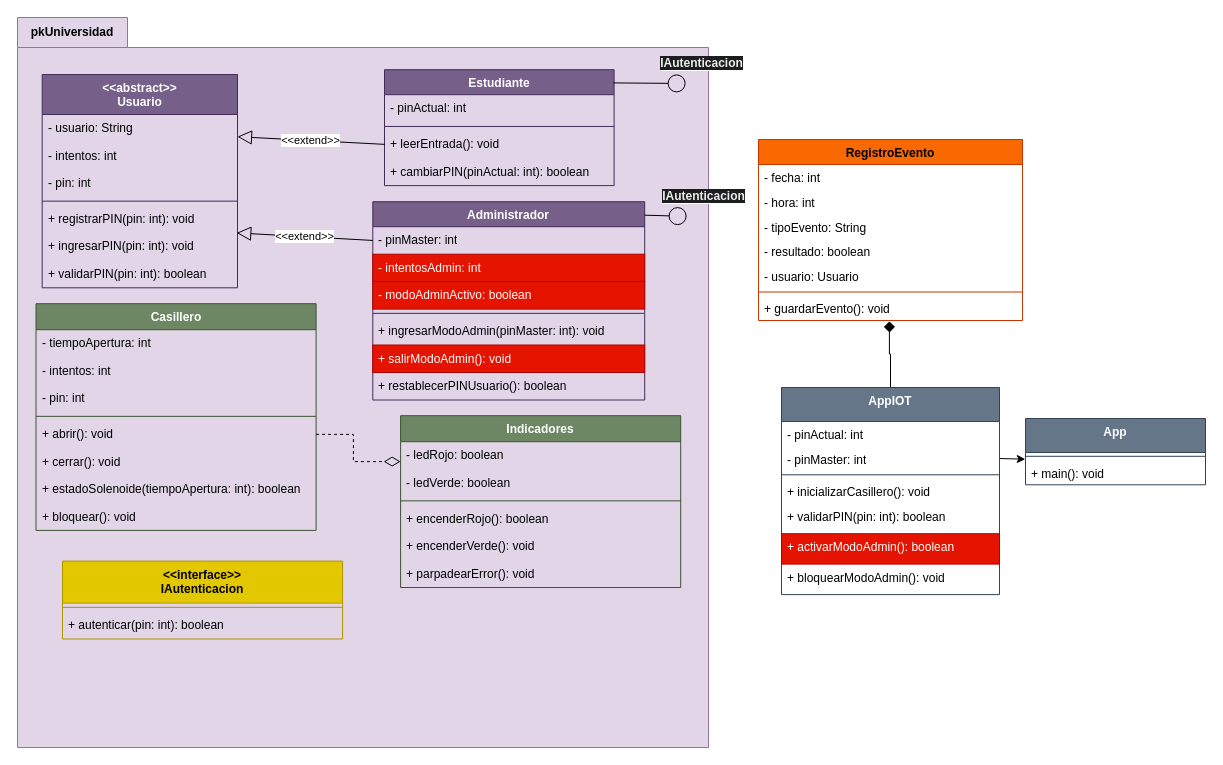
This is Design/01ClassDiagram.drawio from Anthonio16/casilleroInteligente, a draw.io file, before an edit. Source tidied: cells renumbered, new cells numbered last; positions are measured from the earlier drawing's top-left corner, leaving out a move shared by most shapes. Both pictures are drawn from the tidied source at 100%, with x=0, y=0 at pixel (17, 17).
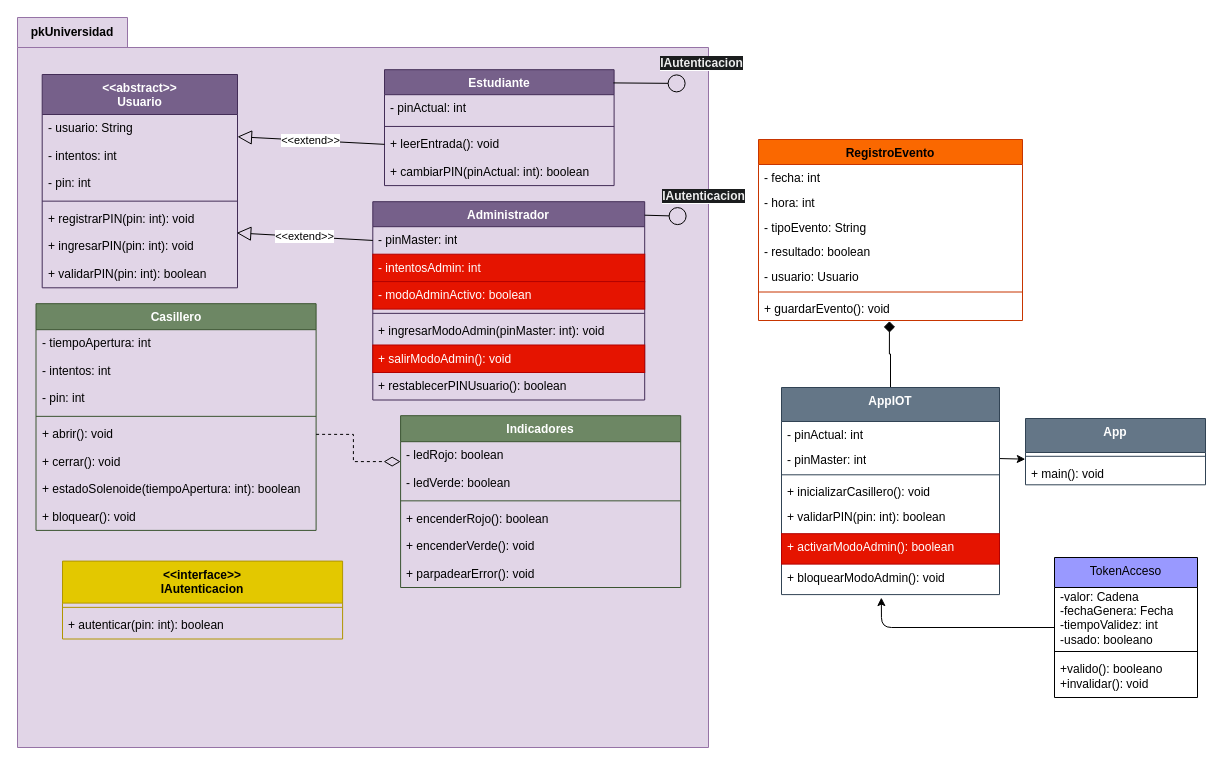
The same diagram, later.

The change refers to these unchanged cells:
```xml
<mxCell id="70" value="+ bloquearModoAdmin(): void" style="text;strokeColor=none;fillColor=none;align=left;verticalAlign=top;spacingLeft=4;spacingRight=4;overflow=hidden;points=[[0,0.5],[1,0.5]];portConstraint=eastwest;whiteSpace=wrap;html=1;" parent="63" vertex="1">
  <mxGeometry y="176.6" width="218" height="30.4" as="geometry" />
</mxCell>
```

Change to the diagram source:
```diff
@@
+    <mxCell id="71" value="TokenAcceso" style="swimlane;fontStyle=0;align=center;verticalAlign=top;horizontal=1;startSize=30;html=1;whiteSpace=wrap;fillColor=#9999FF;" parent="1" vertex="1">
+      <mxGeometry x="1037" y="540" width="143" height="140" as="geometry" />
+    </mxCell>
+    <mxCell id="72" value="-valor: Cadena&lt;div&gt;-fechaGenera: Fecha&lt;/div&gt;&lt;div&gt;-tiempoValidez: int&lt;/div&gt;&lt;div&gt;-usado: booleano&lt;/div&gt;" style="text;html=1;strokeColor=none;fillColor=none;align=left;verticalAlign=middle;spacingLeft=4;spacingRight=4;overflow=hidden;whiteSpace=wrap;" parent="71" vertex="1">
+      <mxGeometry y="30" width="143" height="60" as="geometry" />
+    </mxCell>
+    <mxCell id="73" style="line;strokeWidth=1;fillColor=none;align=left;verticalAlign=middle;spacingTop=-1;spacingLeft=3;spacingRight=3;labelPosition=right;" parent="71" vertex="1">
+      <mxGeometry y="90" width="143" height="8" as="geometry" />
+    </mxCell>
+    <mxCell id="74" value="+valido(): booleano&lt;div&gt;+invalidar(): void&lt;/div&gt;" style="text;html=1;strokeColor=none;fillColor=none;align=left;verticalAlign=middle;spacingLeft=4;spacingRight=4;overflow=hidden;whiteSpace=wrap;" parent="71" vertex="1">
+      <mxGeometry y="98" width="143" height="42" as="geometry" />
+    </mxCell>
+    <mxCell id="75" style="edgeStyle=none;html=1;entryX=0.458;entryY=1.101;entryDx=0;entryDy=0;entryPerimeter=0;" parent="1" edge="1" source="71" target="70">
+      <mxGeometry relative="1" as="geometry">
+        <Array as="points">
+          <mxPoint x="864" y="610" />
+        </Array>
+      </mxGeometry>
+    </mxCell>
```
